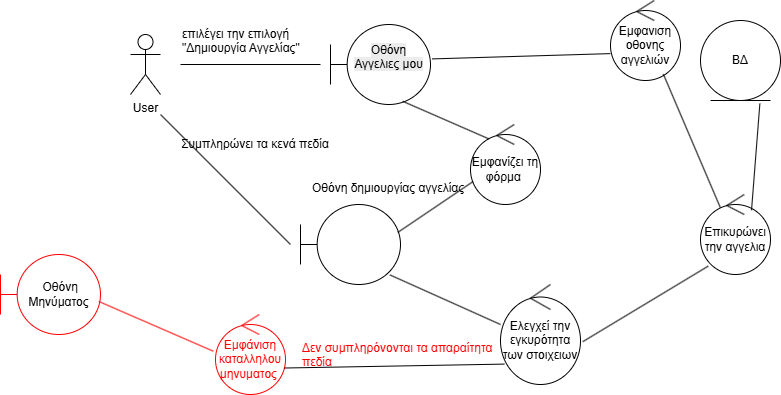
Earlier version of the draw.io export RD-UC8.png (GeorgeTsav/Software-Technology---Project-2024-2025). Source tidied: cells renumbered, new cells last; positions are measured from the earlier drawing's top-left corner, leaving out a move shared by most shapes. Its diagram source:
```xml
<mxGraphModel>
  <root>
    <mxCell id="0" />
    <mxCell id="1" parent="0" />
    <mxCell id="2" value="User" style="shape=umlActor;verticalLabelPosition=bottom;verticalAlign=top;html=1;" parent="1" vertex="1">
      <mxGeometry x="130" y="34" width="30" height="60" as="geometry" />
    </mxCell>
    <mxCell id="3" value="&#10;&lt;span style=&quot;color: rgb(0, 0, 0); font-family: Helvetica; font-size: 12px; font-style: normal; font-variant-ligatures: normal; font-variant-caps: normal; font-weight: 400; letter-spacing: normal; orphans: 2; text-align: left; text-indent: 0px; text-transform: none; widows: 2; word-spacing: 0px; -webkit-text-stroke-width: 0px; white-space: normal; background-color: rgb(236, 236, 236); text-decoration-thickness: initial; text-decoration-style: initial; text-decoration-color: initial; display: inline !important; float: none;&quot;&gt;Οθόνη Αγγελιες μου&lt;/span&gt;&#10;&#10;" style="shape=umlBoundary;whiteSpace=wrap;html=1;" parent="1" vertex="1">
      <mxGeometry x="330" y="24" width="100" height="80" as="geometry" />
    </mxCell>
    <mxCell id="4" style="line;strokeWidth=1;fillColor=none;align=left;verticalAlign=middle;spacingTop=-1;spacingLeft=3;spacingRight=3;labelPosition=right;strokeColor=inherit;" parent="1" vertex="1">
      <mxGeometry x="180" y="60" width="140" height="8" as="geometry" />
    </mxCell>
    <mxCell id="5" value="επιλέγει την επιλογή &quot;Δημιουργία Αγγελίας&quot;" style="text;whiteSpace=wrap;html=1;" parent="1" vertex="1">
      <mxGeometry x="180" y="20" width="160" height="40" as="geometry" />
    </mxCell>
    <mxCell id="6" style="shape=umlBoundary;whiteSpace=wrap;html=1;" parent="1" vertex="1">
      <mxGeometry x="300" y="204" width="100" height="80" as="geometry" />
    </mxCell>
    <mxCell id="7" value="Οθόνη δημιουργίας αγγελίας" style="text;whiteSpace=wrap;html=1;" parent="1" vertex="1">
      <mxGeometry x="310" y="174" width="190" height="40" as="geometry" />
    </mxCell>
    <mxCell id="8" style="endArrow=none;html=1;rounded=0;" parent="1" edge="1">
      <mxGeometry relative="1" as="geometry">
        <mxPoint x="290" y="244" as="sourcePoint" />
        <mxPoint x="160" y="114" as="targetPoint" />
      </mxGeometry>
    </mxCell>
    <mxCell id="9" value="Εμφανίζει τη φόρμα&amp;nbsp;" style="ellipse;shape=umlControl;whiteSpace=wrap;html=1;" parent="1" vertex="1">
      <mxGeometry x="470" y="124" width="70" height="80" as="geometry" />
    </mxCell>
    <mxCell id="10" style="endArrow=none;html=1;rounded=0;exitX=0.973;exitY=0.349;exitDx=0;exitDy=0;exitPerimeter=0;entryX=0.037;entryY=0.713;entryDx=0;entryDy=0;entryPerimeter=0;" parent="1" edge="1" source="6" target="9">
      <mxGeometry relative="1" as="geometry" />
    </mxCell>
    <mxCell id="11" value="Συμπληρώνει τα κενά πεδία" style="text;whiteSpace=wrap;html=1;rotation=0;verticalAlign=middle;labelPosition=center;verticalLabelPosition=middle;align=center;horizontal=1;fontStyle=0;" parent="1" vertex="1">
      <mxGeometry x="180" y="124" width="150" height="40" as="geometry" />
    </mxCell>
    <mxCell id="12" style="endArrow=none;html=1;rounded=0;entryX=0.266;entryY=0.181;entryDx=0;entryDy=0;entryPerimeter=0;exitX=0.722;exitY=0.96;exitDx=0;exitDy=0;exitPerimeter=0;" parent="1" edge="1" source="3" target="9">
      <mxGeometry relative="1" as="geometry" />
    </mxCell>
    <mxCell id="13" style="endArrow=none;html=1;rounded=0;entryX=0;entryY=0.4;entryDx=0;entryDy=0;entryPerimeter=0;exitX=0.894;exitY=0.88;exitDx=0;exitDy=0;exitPerimeter=0;" parent="1" edge="1" source="6" target="14">
      <mxGeometry relative="1" as="geometry" />
    </mxCell>
    <mxCell id="14" value="Ελεγχεί την εγκυρότητα των στοιχειων" style="ellipse;shape=umlControl;whiteSpace=wrap;html=1;" parent="1" vertex="1">
      <mxGeometry x="500" y="284" width="80" height="100" as="geometry" />
    </mxCell>
    <mxCell id="15" style="endArrow=none;html=1;rounded=0;exitX=0.111;exitY=0.895;exitDx=0;exitDy=0;exitPerimeter=0;entryX=1.028;entryY=0.572;entryDx=0;entryDy=0;entryPerimeter=0;" parent="1" edge="1" source="16" target="14">
      <mxGeometry relative="1" as="geometry" />
    </mxCell>
    <mxCell id="16" value="Επικυρώνει την αγγελια" style="ellipse;shape=umlControl;whiteSpace=wrap;html=1;" parent="1" vertex="1">
      <mxGeometry x="700" y="194" width="70" height="80" as="geometry" />
    </mxCell>
    <mxCell id="17" value="ΒΔ" style="ellipse;shape=umlEntity;whiteSpace=wrap;html=1;" parent="1" vertex="1">
      <mxGeometry x="700" y="20" width="80" height="80" as="geometry" />
    </mxCell>
    <mxCell id="18" style="endArrow=none;html=1;rounded=0;entryX=0.742;entryY=1.039;entryDx=0;entryDy=0;entryPerimeter=0;exitX=0.729;exitY=0.197;exitDx=0;exitDy=0;exitPerimeter=0;" parent="1" edge="1" source="16" target="17">
      <mxGeometry relative="1" as="geometry" />
    </mxCell>
    <mxCell id="19" value="Εμφανιση οθονης αγγελιών" style="ellipse;shape=umlControl;whiteSpace=wrap;html=1;" parent="1" vertex="1">
      <mxGeometry x="610" width="70" height="80" as="geometry" />
    </mxCell>
    <mxCell id="20" style="endArrow=none;html=1;rounded=0;entryX=-0.003;entryY=0.664;entryDx=0;entryDy=0;entryPerimeter=0;exitX=1.018;exitY=0.43;exitDx=0;exitDy=0;exitPerimeter=0;" parent="1" edge="1" source="3" target="19">
      <mxGeometry relative="1" as="geometry" />
    </mxCell>
    <mxCell id="21" style="endArrow=none;html=1;rounded=0;exitX=0.755;exitY=0.92;exitDx=0;exitDy=0;exitPerimeter=0;entryX=0.284;entryY=0.165;entryDx=0;entryDy=0;entryPerimeter=0;" parent="1" edge="1" source="19" target="16">
      <mxGeometry relative="1" as="geometry" />
    </mxCell>
    <mxCell id="22" value="&lt;font style=&quot;color: rgb(255, 0, 0);&quot;&gt;Εμφάνιση καταλληλου μηνυματος&amp;nbsp;&lt;/font&gt;" style="ellipse;shape=umlControl;whiteSpace=wrap;html=1;strokeColor=#FF0000;" parent="1" vertex="1">
      <mxGeometry x="215" y="314" width="70" height="80" as="geometry" />
    </mxCell>
    <mxCell id="23" style="endArrow=none;html=1;rounded=0;exitX=0.98;exitY=0.669;exitDx=0;exitDy=0;exitPerimeter=0;entryX=0.048;entryY=0.796;entryDx=0;entryDy=0;entryPerimeter=0;" parent="1" edge="1" source="22" target="14">
      <mxGeometry relative="1" as="geometry" />
    </mxCell>
    <mxCell id="24" value="Δεν συμπληρόνονται τα απαραίτητα πεδία&amp;nbsp;" style="text;whiteSpace=wrap;html=1;fontColor=#FF0000;" parent="1" vertex="1">
      <mxGeometry x="300" y="334" width="200" height="40" as="geometry" />
    </mxCell>
    <mxCell id="25" value="&lt;span style=&quot;text-align: left;&quot;&gt;&amp;nbsp;Οθόνη Μηνύματος&lt;/span&gt;" style="shape=umlBoundary;whiteSpace=wrap;html=1;strokeColor=#FF0000;" parent="1" vertex="1">
      <mxGeometry y="254" width="100" height="80" as="geometry" />
    </mxCell>
    <mxCell id="26" style="endArrow=none;html=1;rounded=0;fontColor=#FF0000;strokeColor=#FF0000;entryX=-0.031;entryY=0.459;entryDx=0;entryDy=0;entryPerimeter=0;exitX=0.983;exitY=0.587;exitDx=0;exitDy=0;exitPerimeter=0;" parent="1" edge="1" source="25" target="22">
      <mxGeometry relative="1" as="geometry" />
    </mxCell>
  </root>
</mxGraphModel>
```
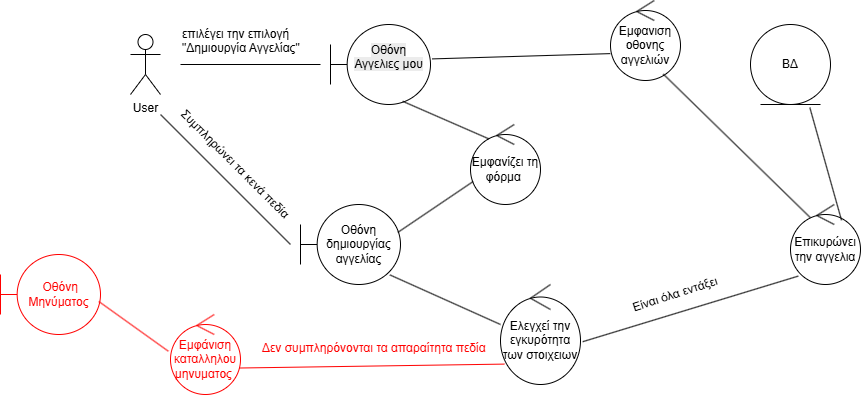
After the change.

Diff of the diagram source:
```diff
@@ -14,12 +14,9 @@
     <mxCell id="5" value="επιλέγει την επιλογή &quot;Δημιουργία Αγγελίας&quot;" style="text;whiteSpace=wrap;html=1;" parent="1" vertex="1">
       <mxGeometry x="180" y="20" width="160" height="40" as="geometry" />
     </mxCell>
-    <mxCell id="6" style="shape=umlBoundary;whiteSpace=wrap;html=1;" parent="1" vertex="1">
+    <mxCell id="6" value="&lt;span style=&quot;text-align: left;&quot;&gt;Οθόνη δημιουργίας αγγελίας&lt;/span&gt;" style="shape=umlBoundary;whiteSpace=wrap;html=1;" parent="1" vertex="1">
       <mxGeometry x="300" y="204" width="100" height="80" as="geometry" />
     </mxCell>
-    <mxCell id="7" value="Οθόνη δημιουργίας αγγελίας" style="text;whiteSpace=wrap;html=1;" parent="1" vertex="1">
-      <mxGeometry x="310" y="174" width="190" height="40" as="geometry" />
-    </mxCell>
     <mxCell id="8" style="endArrow=none;html=1;rounded=0;" parent="1" edge="1">
       <mxGeometry relative="1" as="geometry">
         <mxPoint x="290" y="244" as="sourcePoint" />
@@ -32,8 +29,8 @@
     <mxCell id="10" style="endArrow=none;html=1;rounded=0;exitX=0.973;exitY=0.349;exitDx=0;exitDy=0;exitPerimeter=0;entryX=0.037;entryY=0.713;entryDx=0;entryDy=0;entryPerimeter=0;" parent="1" edge="1" source="6" target="9">
       <mxGeometry relative="1" as="geometry" />
     </mxCell>
-    <mxCell id="11" value="Συμπληρώνει τα κενά πεδία" style="text;whiteSpace=wrap;html=1;rotation=0;verticalAlign=middle;labelPosition=center;verticalLabelPosition=middle;align=center;horizontal=1;fontStyle=0;" parent="1" vertex="1">
-      <mxGeometry x="180" y="124" width="150" height="40" as="geometry" />
+    <mxCell id="11" value="Συμπληρώνει τα κενά πεδία" style="text;whiteSpace=wrap;html=1;rotation=45;verticalAlign=middle;labelPosition=center;verticalLabelPosition=middle;align=center;horizontal=1;fontStyle=0;" parent="1" vertex="1">
+      <mxGeometry x="160" y="144" width="150" height="40" as="geometry" />
     </mxCell>
     <mxCell id="12" style="endArrow=none;html=1;rounded=0;entryX=0.266;entryY=0.181;entryDx=0;entryDy=0;entryPerimeter=0;exitX=0.722;exitY=0.96;exitDx=0;exitDy=0;exitPerimeter=0;" parent="1" edge="1" source="3" target="9">
       <mxGeometry relative="1" as="geometry" />
@@ -48,10 +45,10 @@
       <mxGeometry relative="1" as="geometry" />
     </mxCell>
     <mxCell id="16" value="Επικυρώνει την αγγελια" style="ellipse;shape=umlControl;whiteSpace=wrap;html=1;" parent="1" vertex="1">
-      <mxGeometry x="700" y="194" width="70" height="80" as="geometry" />
+      <mxGeometry x="790" y="204" width="70" height="80" as="geometry" />
     </mxCell>
     <mxCell id="17" value="ΒΔ" style="ellipse;shape=umlEntity;whiteSpace=wrap;html=1;" parent="1" vertex="1">
-      <mxGeometry x="700" y="20" width="80" height="80" as="geometry" />
+      <mxGeometry x="750" y="24" width="80" height="80" as="geometry" />
     </mxCell>
     <mxCell id="18" style="endArrow=none;html=1;rounded=0;entryX=0.742;entryY=1.039;entryDx=0;entryDy=0;entryPerimeter=0;exitX=0.729;exitY=0.197;exitDx=0;exitDy=0;exitPerimeter=0;" parent="1" edge="1" source="16" target="17">
       <mxGeometry relative="1" as="geometry" />
@@ -66,19 +63,22 @@
       <mxGeometry relative="1" as="geometry" />
     </mxCell>
     <mxCell id="22" value="&lt;font style=&quot;color: rgb(255, 0, 0);&quot;&gt;Εμφάνιση καταλληλου μηνυματος&amp;nbsp;&lt;/font&gt;" style="ellipse;shape=umlControl;whiteSpace=wrap;html=1;strokeColor=#FF0000;" parent="1" vertex="1">
-      <mxGeometry x="215" y="314" width="70" height="80" as="geometry" />
+      <mxGeometry x="170" y="314" width="70" height="80" as="geometry" />
     </mxCell>
-    <mxCell id="23" style="endArrow=none;html=1;rounded=0;exitX=0.98;exitY=0.669;exitDx=0;exitDy=0;exitPerimeter=0;entryX=0.048;entryY=0.796;entryDx=0;entryDy=0;entryPerimeter=0;" parent="1" edge="1" source="22" target="14">
+    <mxCell id="23" style="endArrow=none;html=1;rounded=0;exitX=0.98;exitY=0.669;exitDx=0;exitDy=0;exitPerimeter=0;entryX=0.048;entryY=0.796;entryDx=0;entryDy=0;entryPerimeter=0;strokeColor=#FF0000;" parent="1" edge="1" source="22" target="14">
       <mxGeometry relative="1" as="geometry" />
     </mxCell>
     <mxCell id="24" value="Δεν συμπληρόνονται τα απαραίτητα πεδία&amp;nbsp;" style="text;whiteSpace=wrap;html=1;fontColor=#FF0000;" parent="1" vertex="1">
-      <mxGeometry x="300" y="334" width="200" height="40" as="geometry" />
+      <mxGeometry x="260" y="334" width="230" height="30" as="geometry" />
     </mxCell>
-    <mxCell id="25" value="&lt;span style=&quot;text-align: left;&quot;&gt;&amp;nbsp;Οθόνη Μηνύματος&lt;/span&gt;" style="shape=umlBoundary;whiteSpace=wrap;html=1;strokeColor=#FF0000;" parent="1" vertex="1">
+    <mxCell id="25" value="&lt;span style=&quot;text-align: left;&quot;&gt;&amp;nbsp;Οθόνη Μηνύματος&lt;/span&gt;" style="shape=umlBoundary;whiteSpace=wrap;html=1;strokeColor=#FF0000;fontColor=#FF0000;" parent="1" vertex="1">
       <mxGeometry y="254" width="100" height="80" as="geometry" />
     </mxCell>
     <mxCell id="26" style="endArrow=none;html=1;rounded=0;fontColor=#FF0000;strokeColor=#FF0000;entryX=-0.031;entryY=0.459;entryDx=0;entryDy=0;entryPerimeter=0;exitX=0.983;exitY=0.587;exitDx=0;exitDy=0;exitPerimeter=0;" parent="1" edge="1" source="25" target="22">
       <mxGeometry relative="1" as="geometry" />
     </mxCell>
+    <mxCell id="27" value="Είναι όλα εντάξει" style="text;whiteSpace=wrap;html=1;rotation=-18;verticalAlign=middle;labelPosition=center;verticalLabelPosition=middle;align=center;horizontal=1;fontStyle=0;" parent="1" vertex="1">
+      <mxGeometry x="600" y="274" width="150" height="40" as="geometry" />
+    </mxCell>
   </root>
 </mxGraphModel>
```
